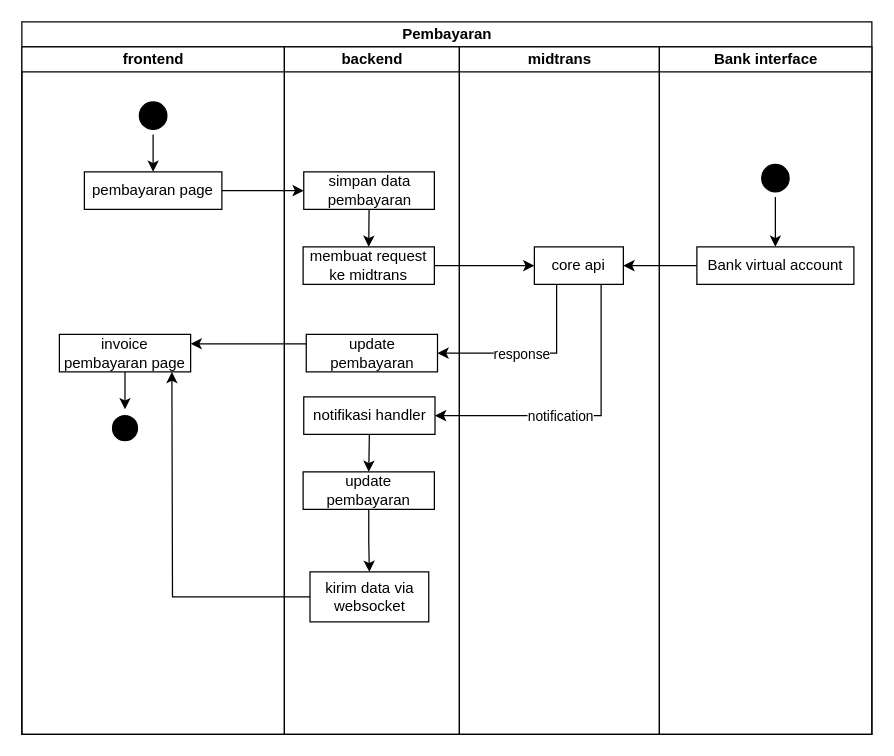
This is activity/pembayaran.drawio from fuatanshori/flowchart, a draw.io file, before an edit. Source tidied: cells renumbered, new cells numbered last; positions are measured from the earlier drawing's top-left corner, leaving out a move shared by most shapes. Both pictures are drawn from the tidied source at 125%, with x=0, y=0 at pixel (21, 21).
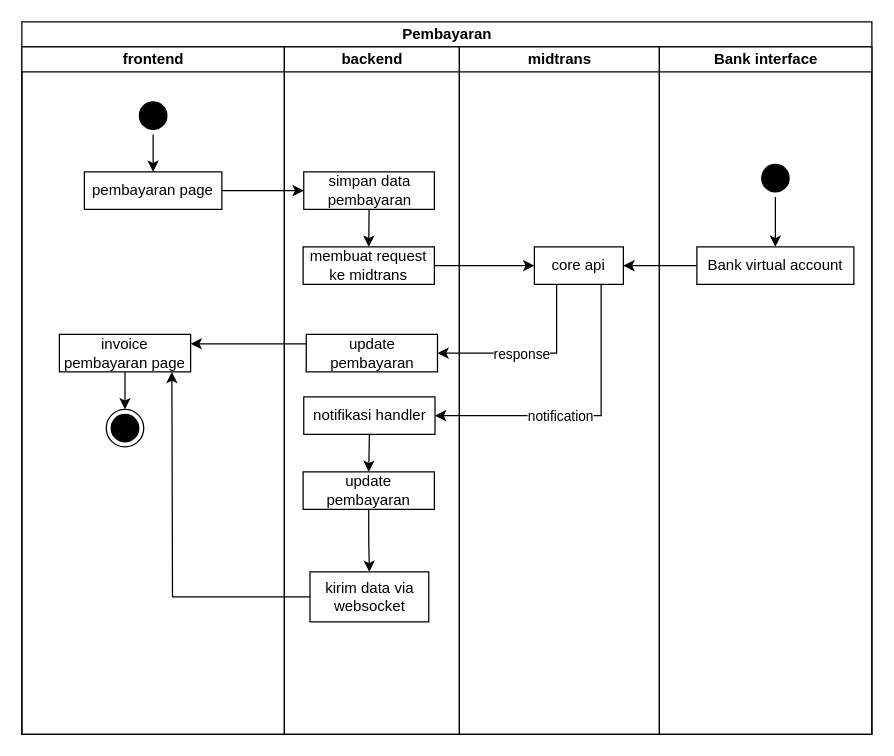
The same diagram, later.

The change refers to these unchanged cells:
```xml
<mxCell id="3" value="frontend" style="swimlane;startSize=20;html=1;" parent="2" vertex="1">
  <mxGeometry y="20" width="210" height="550" as="geometry" />
</mxCell>
```

Change to the diagram source:
```diff
@@
-    <mxCell id="6" style="ellipse;html=1;shape=endState;fillColor=#000000;strokeColor=#FFFFFF;" parent="3" vertex="1">
+    <mxCell id="6" style="ellipse;html=1;shape=endState;fillColor=#000000;strokeColor=#000000;" parent="3" vertex="1">
       <mxGeometry x="67.5" y="290" width="30" height="30" as="geometry" />
     </mxCell>
```
